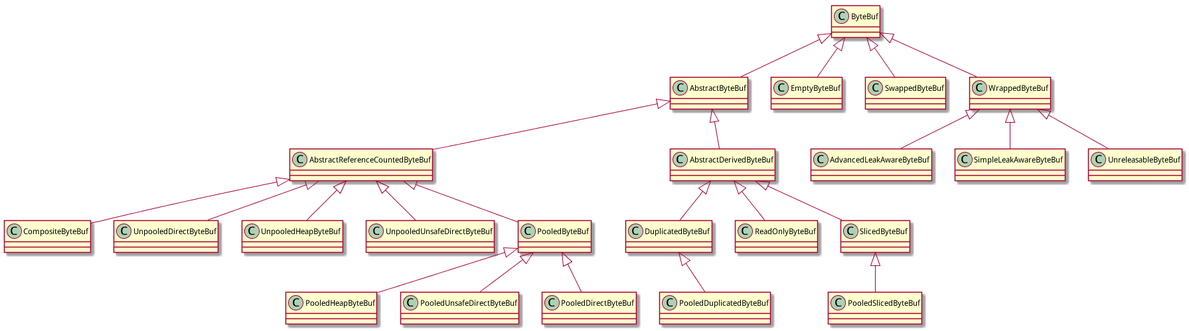
Before: buffer/image/all_buffer.png, a diagram exported from PlantUML (uchuhimo/leaning-netty).
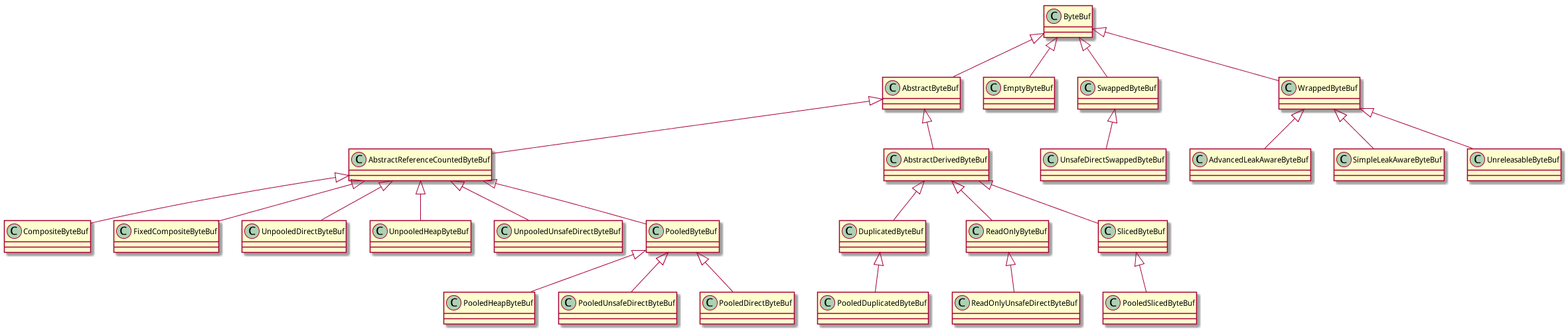
The same file after the commit.

What changed in the source:
```diff
@@ -5,6 +5,7 @@
 AbstractByteBuf     <|--    AbstractDerivedByteBuf
 
 AbstractReferenceCountedByteBuf       <|--    CompositeByteBuf
+AbstractReferenceCountedByteBuf       <|--    FixedCompositeByteBuf
 AbstractReferenceCountedByteBuf       <|--    UnpooledDirectByteBuf
 AbstractReferenceCountedByteBuf       <|--    UnpooledHeapByteBuf
 AbstractReferenceCountedByteBuf       <|--    UnpooledUnsafeDirectByteBuf
@@ -17,11 +18,13 @@
 AbstractDerivedByteBuf  <|--    DuplicatedByteBuf
 DuplicatedByteBuf       <|--    PooledDuplicatedByteBuf
 AbstractDerivedByteBuf  <|--    ReadOnlyByteBuf
+ReadOnlyByteBuf         <|--    ReadOnlyUnsafeDirectByteBuf
 AbstractDerivedByteBuf  <|--    SlicedByteBuf
 SlicedByteBuf           <|--    PooledSlicedByteBuf
 
 ByteBuf             <|--    EmptyByteBuf
 ByteBuf             <|--    SwappedByteBuf
+SwappedByteBuf      <|--    UnsafeDirectSwappedByteBuf
 ByteBuf             <|--    WrappedByteBuf
 
 WrappedByteBuf      <|--    AdvancedLeakAwareByteBuf
```
